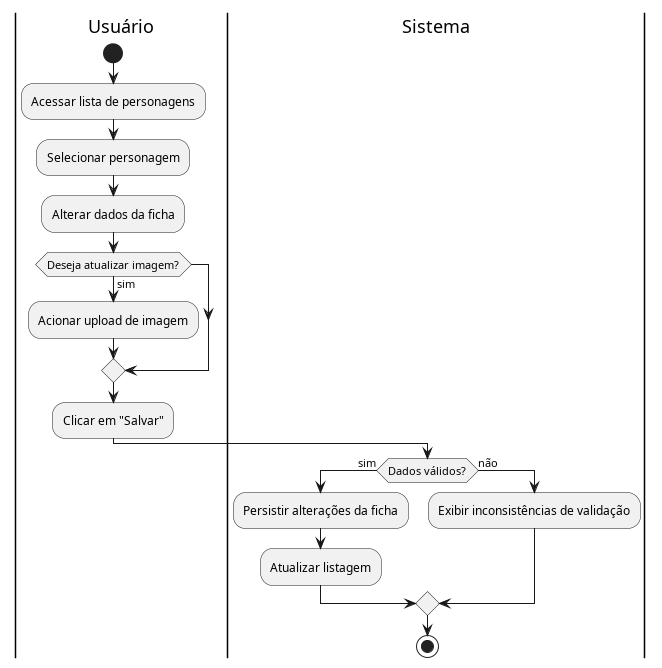
The PlantUML diagram docs/casosUso/imagens/diagramas_atividade/diagrama_UC04.png in aspiringluke/Projeto-Integrado-Mobile, before a commit.
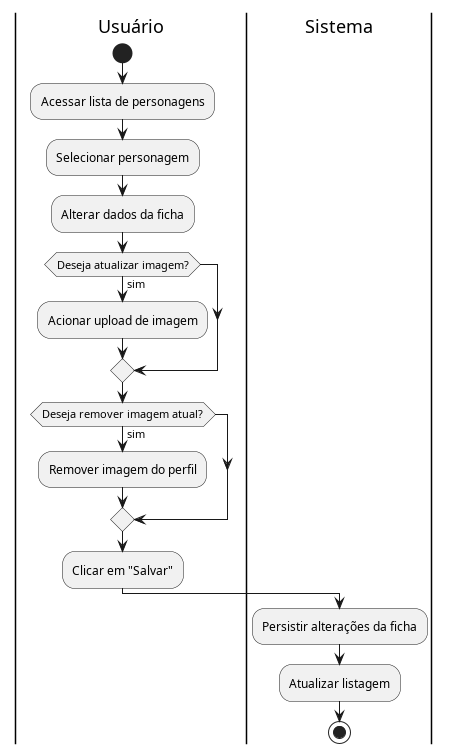
Later version of the same file.

What changed in the source:
```diff
@@ -8,15 +8,14 @@
 if (Deseja atualizar imagem?) then (sim)
   :Acionar upload de imagem;
 endif
+if (Deseja remover imagem atual?) then (sim)
+  :Remover imagem do perfil;
+endif
 :Clicar em "Salvar";
 
 |Sistema|
-if (Dados válidos?) then (sim)
-  :Persistir alterações da ficha;
-  :Atualizar listagem;
-else (não)
-  :Exibir inconsistências de validação;
-endif
+:Persistir alterações da ficha;
+:Atualizar listagem;
 
 stop
 @enduml
```
